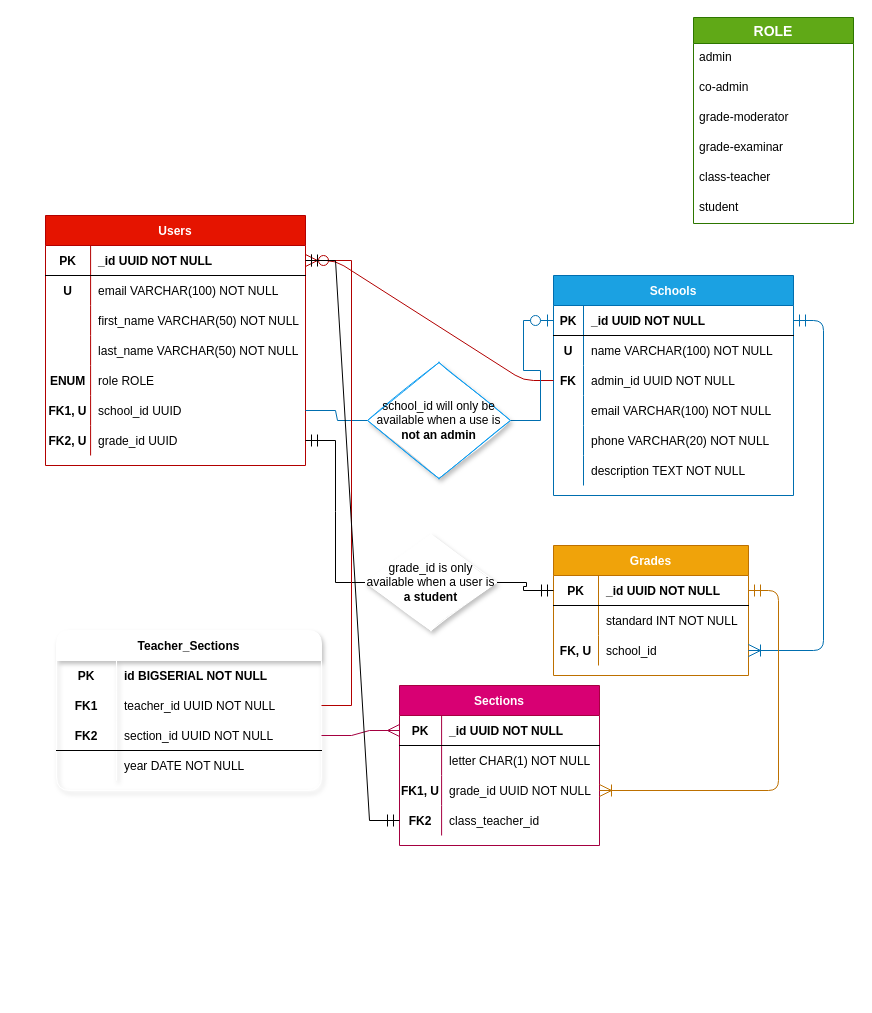
This is veschool-entity-relation.drawio from KRTirtho/veschool-diagrams, a draw.io file, before an edit. Source tidied: cells renumbered, new cells numbered last; positions are measured from the earlier drawing's top-left corner, leaving out a move shared by most shapes. Both pictures are drawn from the tidied source at 100%, with x=0, y=0 at pixel (45, 17).
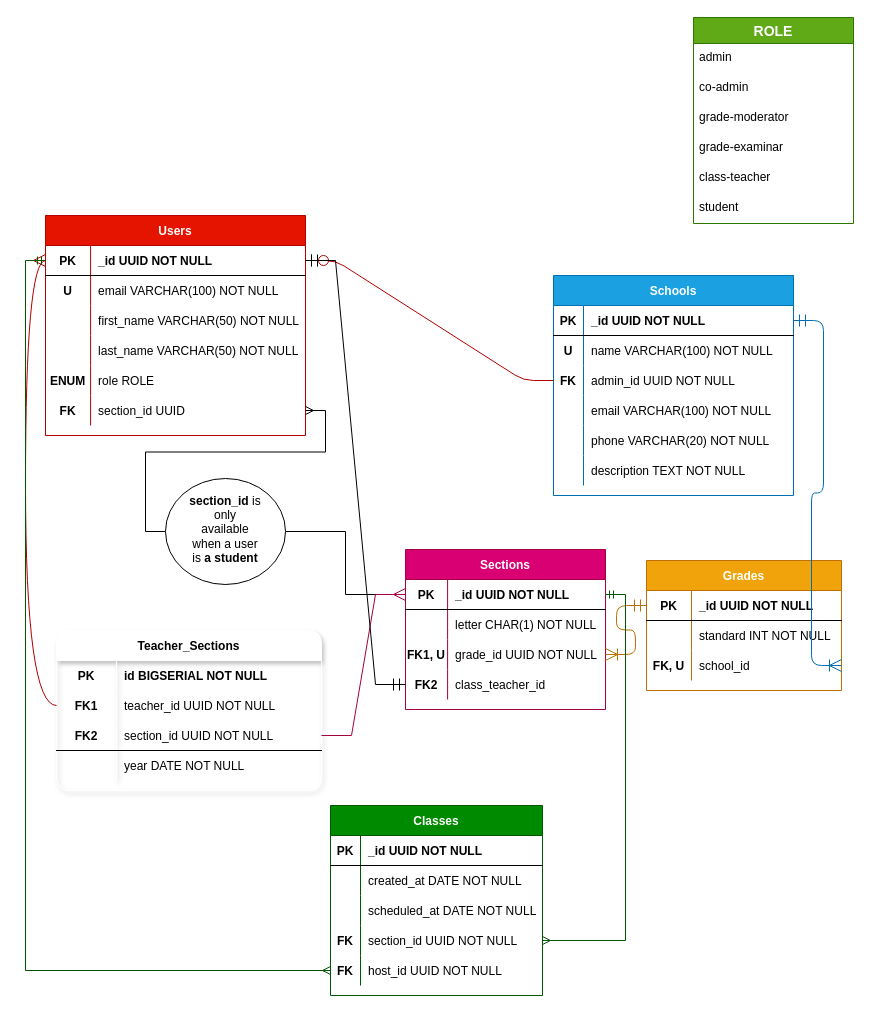
The same page after the edit.

The change refers to these unchanged cells:
```xml
<mxCell id="3" style="shape=partialRectangle;fillColor=none;top=0;left=0;bottom=1;right=0;points=[[0,0.5],[1,0.5]];portConstraint=eastwest;" parent="2" vertex="1">
  <mxGeometry y="30" width="260" height="30" as="geometry" />
</mxCell>
<mxCell id="18" style="shape=partialRectangle;fillColor=none;top=0;left=0;bottom=0;right=0;points=[[0,0.5],[1,0.5]];portConstraint=eastwest;" parent="2" vertex="1">
  <mxGeometry y="180" width="260" height="30" as="geometry" />
</mxCell>
<mxCell id="25" style="shape=partialRectangle;fillColor=none;top=0;left=0;bottom=1;right=0;points=[[0,0.5],[1,0.5]];portConstraint=eastwest;" parent="24" vertex="1">
  <mxGeometry y="30" width="240" height="30" as="geometry" />
</mxCell>
<mxCell id="44" style="shape=partialRectangle;fillColor=none;top=0;left=0;bottom=1;right=0;points=[[0,0.5],[1,0.5]];portConstraint=eastwest;" parent="43" vertex="1">
  <mxGeometry y="30" width="195" height="30" as="geometry" />
</mxCell>
<mxCell id="50" style="shape=partialRectangle;fillColor=none;top=0;left=0;bottom=0;right=0;points=[[0,0.5],[1,0.5]];portConstraint=eastwest;" parent="43" vertex="1">
  <mxGeometry y="90" width="195" height="30" as="geometry" />
</mxCell>
<mxCell id="54" style="shape=partialRectangle;fillColor=none;top=0;left=0;bottom=1;right=0;points=[[0,0.5],[1,0.5]];portConstraint=eastwest;" parent="53" vertex="1">
  <mxGeometry y="30" width="200" height="30" as="geometry" />
</mxCell>
<mxCell id="86" style="shape=partialRectangle;fillColor=none;top=0;left=0;bottom=0;right=0;points=[[0,0.5],[1,0.5]];portConstraint=eastwest;" parent="82" vertex="1">
  <mxGeometry y="60" width="265" height="30" as="geometry" />
</mxCell>
```

What changed in the source:
```diff
@@
     <mxCell id="2" value="Users" style="shape=table;startSize=30;childLayout=tableLayout;rowLines=0;fontStyle=1;align=center;fillColor=#e51400;strokeColor=#B20000;fontColor=#ffffff;" parent="1" vertex="1">
-      <mxGeometry y="198" width="260" height="250" as="geometry" />
+      <mxGeometry y="198" width="260" height="220" as="geometry" />
     </mxCell>
@@
-    <mxCell id="19" value="FK1, U" style="shape=partialRectangle;fillColor=none;top=0;left=0;bottom=0;right=0;overflow=hidden;fontStyle=1;" parent="18" vertex="1">
-      <mxGeometry width="45.1" height="30" as="geometry" />
-    </mxCell>
-    <mxCell id="20" value="school_id UUID" style="shape=partialRectangle;fillColor=none;top=0;left=0;bottom=0;right=0;align=left;spacingLeft=6;overflow=hidden;" parent="18" vertex="1">
-      <mxGeometry x="45.1" width="214.9" height="30" as="geometry" />
-    </mxCell>
-    <mxCell id="21" style="shape=partialRectangle;fillColor=none;top=0;left=0;bottom=0;right=0;points=[[0,0.5],[1,0.5]];portConstraint=eastwest;" parent="2" vertex="1">
-      <mxGeometry y="210" width="260" height="30" as="geometry" />
-    </mxCell>
-    <mxCell id="22" value="FK2, U" style="shape=partialRectangle;fillColor=none;top=0;left=0;bottom=0;right=0;overflow=hidden;fontStyle=1;" parent="21" vertex="1">
-      <mxGeometry width="45.1" height="30" as="geometry" />
-    </mxCell>
-    <mxCell id="23" value="grade_id UUID" style="shape=partialRectangle;fillColor=none;top=0;left=0;bottom=0;right=0;align=left;spacingLeft=6;overflow=hidden;" parent="21" vertex="1">
-      <mxGeometry x="45.1" width="214.9" height="30" as="geometry" />
-    </mxCell>
+    <mxCell id="98" value="FK" style="shape=partialRectangle;fillColor=none;top=0;left=0;bottom=0;right=0;overflow=hidden;fontStyle=1;" parent="18" vertex="1">
+      <mxGeometry width="45.1" height="30" as="geometry" />
+    </mxCell>
+    <mxCell id="99" value="section_id UUID" style="shape=partialRectangle;fillColor=none;top=0;left=0;bottom=0;right=0;align=left;spacingLeft=6;overflow=hidden;" parent="18" vertex="1">
+      <mxGeometry x="45.1" width="214.9" height="30" as="geometry" />
+    </mxCell>
@@
     <mxCell id="43" value="Grades" style="shape=table;startSize=30;childLayout=tableLayout;rowLines=0;fontStyle=1;align=center;fillColor=#f0a30a;strokeColor=#BD7000;fontColor=#ffffff;" parent="1" vertex="1">
-      <mxGeometry x="508" y="528" width="195" height="130" as="geometry" />
+      <mxGeometry x="601" y="543" width="195" height="130" as="geometry" />
     </mxCell>
@@
     <mxCell id="53" value="Sections" style="shape=table;startSize=30;childLayout=tableLayout;rowLines=0;fontStyle=1;align=center;fillColor=#d80073;strokeColor=#A50040;fontColor=#ffffff;" parent="1" vertex="1">
-      <mxGeometry x="354" y="668" width="200" height="160" as="geometry" />
+      <mxGeometry x="360" y="532" width="200" height="160" as="geometry" />
     </mxCell>
@@
-    <mxCell id="74" style="edgeStyle=entityRelationEdgeStyle;fontSize=12;html=1;endArrow=ERoneToMany;startArrow=ERmandOne;entryX=1;entryY=0.5;entryDx=0;entryDy=0;fillColor=#1ba1e2;strokeColor=#006EAF;startSize=10;endSize=10;" parent="1" edge="1" source="25" target="50">
-      <mxGeometry relative="1" as="geometry" />
+    <mxCell id="74" style="edgeStyle=entityRelationEdgeStyle;fontSize=12;html=1;endArrow=ERoneToMany;startArrow=ERmandOne;fillColor=#1ba1e2;strokeColor=#006EAF;startSize=10;endSize=10;" parent="1" edge="1" source="25">
+      <mxGeometry relative="1" as="geometry">
+        <mxPoint x="796" y="648" as="targetPoint" />
+      </mxGeometry>
     </mxCell>
@@
-    <mxCell id="76" style="edgeStyle=entityRelationEdgeStyle;rounded=0;jettySize=auto;html=1;endArrow=none;endFill=0;fillColor=#1ba1e2;strokeColor=#006EAF;entryX=0;entryY=0.5;entryDx=0;entryDy=0;startSize=10;endSize=10;" parent="1" edge="1" source="18" target="79">
-      <mxGeometry relative="1" as="geometry" />
-    </mxCell>
-    <mxCell id="77" style="edgeStyle=entityRelationEdgeStyle;rounded=0;jettySize=auto;html=1;entryX=0;entryY=0.5;entryDx=0;entryDy=0;endArrow=none;endFill=0;startArrow=ERmandOne;startFill=0;startSize=10;endSize=10;" parent="1" edge="1" source="21" target="81">
-      <mxGeometry relative="1" as="geometry" />
-    </mxCell>
-    <mxCell id="78" style="edgeStyle=entityRelationEdgeStyle;rounded=0;jettySize=auto;html=1;entryX=0;entryY=0.5;entryDx=0;entryDy=0;startArrow=none;startFill=0;endArrow=ERzeroToOne;endFill=1;fillColor=#1ba1e2;strokeColor=#006EAF;startSize=10;sourcePerimeterSpacing=0;endSize=10;targetPerimeterSpacing=0;" parent="1" edge="1" source="79" target="25">
-      <mxGeometry relative="1" as="geometry" />
-    </mxCell>
-    <mxCell id="79" value="&lt;font style=&quot;font-size: 12px&quot;&gt;school_id will only be available when a use is &lt;b&gt;not an&lt;/b&gt; &lt;b&gt;admin&lt;/b&gt;&lt;/font&gt;" style="shape=rhombus;perimeter=rhombusPerimeter;whiteSpace=wrap;html=1;align=center;rounded=0;strokeColor=#0C9CF0;comic=0;sketch=1;shadow=1;" parent="1" vertex="1">
-      <mxGeometry x="322" y="345" width="143" height="116" as="geometry" />
-    </mxCell>
-    <mxCell id="80" style="edgeStyle=entityRelationEdgeStyle;rounded=0;jettySize=auto;html=1;startArrow=none;startFill=0;endArrow=ERmandOne;endFill=0;startSize=10;endSize=10;" parent="1" edge="1" source="81" target="44">
-      <mxGeometry relative="1" as="geometry" />
-    </mxCell>
-    <mxCell id="81" value="grade_id is only available when a user is &lt;b&gt;a student&lt;/b&gt;" style="shape=rhombus;perimeter=rhombusPerimeter;whiteSpace=wrap;html=1;align=center;rounded=0;shadow=1;comic=0;sketch=1;gradientColor=none;strokeColor=#FFFFFF;arcSize=0;" parent="1" vertex="1">
-      <mxGeometry x="320" y="517" width="131" height="96" as="geometry" />
-    </mxCell>
+    <mxCell id="100" style="edgeStyle=orthogonalEdgeStyle;rounded=0;jettySize=auto;html=1;entryX=0;entryY=0.5;entryDx=0;entryDy=0;endArrow=none;endFill=0;" parent="1" edge="1" source="103" target="54">
+      <mxGeometry relative="1" as="geometry" />
+    </mxCell>
@@
-    <mxCell id="95" style="edgeStyle=entityRelationEdgeStyle;rounded=0;sketch=0;jettySize=auto;html=1;startFill=0;endArrow=none;endFill=0;startSize=10;endSize=10;sourcePerimeterSpacing=0;targetPerimeterSpacing=0;fillColor=#e51400;strokeColor=#B20000;startArrow=ERmany;" parent="1" edge="1" source="3" target="86">
+    <mxCell id="95" style="edgeStyle=orthogonalEdgeStyle;rounded=0;sketch=0;jettySize=auto;html=1;startFill=0;endArrow=none;endFill=0;startSize=10;endSize=10;sourcePerimeterSpacing=0;targetPerimeterSpacing=0;fillColor=#e51400;strokeColor=#B20000;startArrow=ERmany;exitX=0;exitY=0.5;exitDx=0;exitDy=0;curved=1;" parent="1" edge="1" source="3" target="86">
       <mxGeometry relative="1" as="geometry" />
     </mxCell>
@@
+    <mxCell id="101" style="edgeStyle=orthogonalEdgeStyle;rounded=0;jettySize=auto;html=1;entryX=0;entryY=0.5;entryDx=0;entryDy=0;startArrow=ERmany;startFill=0;endArrow=none;endFill=0;" parent="1" edge="1" source="18" target="103">
+      <mxGeometry relative="1" as="geometry" />
+    </mxCell>
+    <mxCell id="102" style="group;" parent="1" vertex="1">
+      <mxGeometry x="120" y="461" width="120" height="106" as="geometry" />
+    </mxCell>
+    <mxCell id="103" style="ellipse;whiteSpace=wrap;html=1;" parent="102" vertex="1">
+      <mxGeometry width="120" height="106" as="geometry" />
+    </mxCell>
+    <mxCell id="104" value="&lt;b&gt;section_id&lt;/b&gt;&amp;nbsp;is only available when a user is&amp;nbsp;&lt;b&gt;a student&lt;/b&gt;" style="text;html=1;strokeColor=none;fillColor=none;align=center;verticalAlign=middle;whiteSpace=wrap;rounded=0;" parent="102" vertex="1">
+      <mxGeometry x="40" y="41" width="40" height="20" as="geometry" />
+    </mxCell>
+    <mxCell id="105" value="Classes" style="shape=table;startSize=30;childLayout=tableLayout;rowLines=0;fontStyle=1;align=center;fillColor=#008a00;strokeColor=#005700;fontColor=#ffffff;" parent="1" vertex="1">
+      <mxGeometry x="285" y="788" width="212" height="190" as="geometry" />
+    </mxCell>
+    <mxCell id="106" style="shape=partialRectangle;fillColor=none;top=0;left=0;bottom=1;right=0;" parent="105" vertex="1">
+      <mxGeometry y="30" width="212" height="30" as="geometry" />
+    </mxCell>
+    <mxCell id="107" value="PK" style="shape=partialRectangle;fillColor=none;top=0;left=0;bottom=0;right=0;fontStyle=1;overflow=hidden;" parent="106" vertex="1">
+      <mxGeometry width="30" height="30" as="geometry" />
+    </mxCell>
+    <mxCell id="108" value="_id UUID NOT NULL" style="shape=partialRectangle;fillColor=none;top=0;left=0;bottom=0;right=0;align=left;spacingLeft=6;fontStyle=1;overflow=hidden;" parent="106" vertex="1">
+      <mxGeometry x="30" width="182" height="30" as="geometry" />
+    </mxCell>
+    <mxCell id="109" style="shape=partialRectangle;fillColor=none;top=0;left=0;bottom=0;right=0;" parent="105" vertex="1">
+      <mxGeometry y="60" width="212" height="30" as="geometry" />
+    </mxCell>
+    <mxCell id="110" style="shape=partialRectangle;fillColor=none;top=0;left=0;bottom=0;right=0;overflow=hidden;" parent="109" vertex="1">
+      <mxGeometry width="30" height="30" as="geometry" />
+    </mxCell>
+    <mxCell id="111" value="created_at DATE NOT NULL" style="shape=partialRectangle;fillColor=none;top=0;left=0;bottom=0;right=0;align=left;spacingLeft=6;overflow=hidden;" parent="109" vertex="1">
+      <mxGeometry x="30" width="182" height="30" as="geometry" />
+    </mxCell>
+    <mxCell id="112" style="shape=partialRectangle;fillColor=none;top=0;left=0;bottom=0;right=0;" parent="105" vertex="1">
+      <mxGeometry y="90" width="212" height="30" as="geometry" />
+    </mxCell>
+    <mxCell id="113" style="shape=partialRectangle;fillColor=none;top=0;left=0;bottom=0;right=0;overflow=hidden;" parent="112" vertex="1">
+      <mxGeometry width="30" height="30" as="geometry" />
+    </mxCell>
+    <mxCell id="114" value="scheduled_at DATE NOT NULL" style="shape=partialRectangle;fillColor=none;top=0;left=0;bottom=0;right=0;align=left;spacingLeft=6;overflow=hidden;" parent="112" vertex="1">
+      <mxGeometry x="30" width="182" height="30" as="geometry" />
+    </mxCell>
+    <mxCell id="115" style="shape=partialRectangle;fillColor=none;top=0;left=0;bottom=0;right=0;points=[[0,0.5],[1,0.5]];portConstraint=eastwest;" parent="105" vertex="1">
+      <mxGeometry y="120" width="212" height="30" as="geometry" />
+    </mxCell>
+    <mxCell id="116" value="FK" style="shape=partialRectangle;fillColor=none;top=0;left=0;bottom=0;right=0;overflow=hidden;fontStyle=1;" parent="115" vertex="1">
+      <mxGeometry width="30" height="30" as="geometry" />
+    </mxCell>
+    <mxCell id="117" value="section_id UUID NOT NULL" style="shape=partialRectangle;fillColor=none;top=0;left=0;bottom=0;right=0;align=left;spacingLeft=6;overflow=hidden;" parent="115" vertex="1">
+      <mxGeometry x="30" width="182" height="30" as="geometry" />
+    </mxCell>
+    <mxCell id="118" style="shape=partialRectangle;fillColor=none;top=0;left=0;bottom=0;right=0;points=[[0,0.5],[1,0.5]];portConstraint=eastwest;" parent="105" vertex="1">
+      <mxGeometry y="150" width="212" height="30" as="geometry" />
+    </mxCell>
+    <mxCell id="119" value="FK" style="shape=partialRectangle;fillColor=none;top=0;left=0;bottom=0;right=0;overflow=hidden;fontStyle=1;" parent="118" vertex="1">
+      <mxGeometry width="30" height="30" as="geometry" />
+    </mxCell>
+    <mxCell id="120" value="host_id UUID NOT NULL" style="shape=partialRectangle;fillColor=none;top=0;left=0;bottom=0;right=0;align=left;spacingLeft=6;overflow=hidden;" parent="118" vertex="1">
+      <mxGeometry x="30" width="182" height="30" as="geometry" />
+    </mxCell>
+    <mxCell id="121" style="edgeStyle=orthogonalEdgeStyle;rounded=0;jettySize=auto;html=1;entryX=1;entryY=0.5;entryDx=0;entryDy=0;startArrow=ERmany;startFill=0;endArrow=ERmandOne;endFill=0;fillColor=#008a00;strokeColor=#005700;" parent="1" edge="1" source="115" target="54">
+      <mxGeometry relative="1" as="geometry" />
+    </mxCell>
+    <mxCell id="122" style="edgeStyle=orthogonalEdgeStyle;rounded=0;jettySize=auto;html=1;entryX=0;entryY=0.5;entryDx=0;entryDy=0;startArrow=ERmany;startFill=0;endArrow=ERmandOne;endFill=0;fillColor=#008a00;strokeColor=#005700;" parent="1" edge="1" source="118" target="3">
+      <mxGeometry relative="1" as="geometry" />
+    </mxCell>
```
